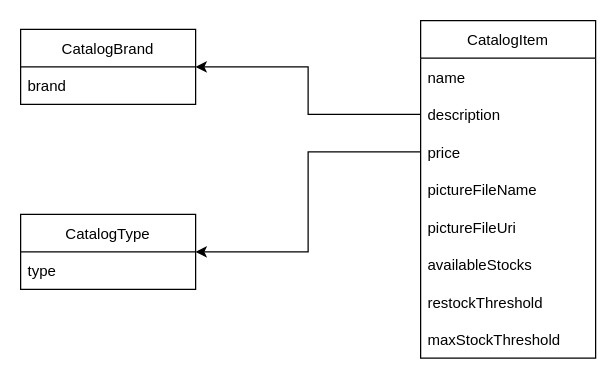
Earlier version of the draw.io diagram page "Page-4" (3 of 3) of ModernECom.drawio (akumaramar/ModernECommerce). Source tidied: cells renumbered, new cells numbered last; positions are measured from the earlier drawing's top-left corner, leaving out a move shared by most shapes. Both pictures are drawn from the tidied source at 125%, with x=0, y=0 at pixel (20, 20).
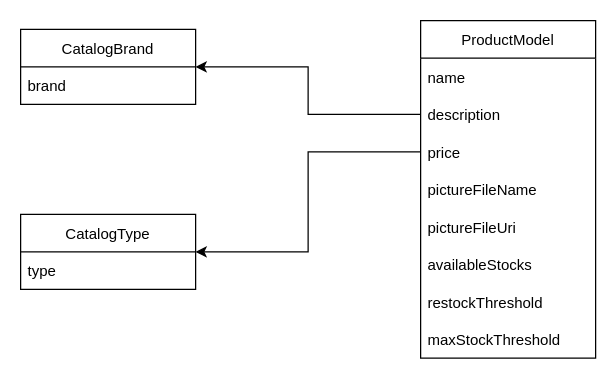
The same page after the edit.

The edit, as a diff of the source:
```diff
@@
 <mxGraphModel>
   <root>
     <mxCell id="0" />
     <mxCell id="1" parent="0" />
-    <mxCell id="2" value="CatalogItem" style="swimlane;fontStyle=0;horizontal=1;startSize=30;" parent="1" vertex="1">
+    <mxCell id="2" value="ProductModel" style="swimlane;fontStyle=0;horizontal=1;startSize=30;" parent="1" vertex="1">
       <mxGeometry x="320" width="140" height="270" as="geometry" />
     </mxCell>
     <mxCell id="3" value="name" style="text;strokeColor=none;fillColor=none;align=left;verticalAlign=middle;spacingLeft=4;spacingRight=4;overflow=hidden;" parent="2" vertex="1">
       <mxGeometry y="30" width="140" height="30" as="geometry" />
     </mxCell>
     <mxCell id="4" value="description" style="text;strokeColor=none;fillColor=none;align=left;verticalAlign=middle;spacingLeft=4;spacingRight=4;overflow=hidden;points=[[0,0.5],[1,0.5]];portConstraint=eastwest;" parent="2" vertex="1">
       <mxGeometry y="60" width="140" height="30" as="geometry" />
     </mxCell>
     <mxCell id="5" value="price" style="text;strokeColor=none;fillColor=none;align=left;verticalAlign=middle;spacingLeft=4;spacingRight=4;overflow=hidden;points=[[0,0.5],[1,0.5]];portConstraint=eastwest;" parent="2" vertex="1">
       <mxGeometry y="90" width="140" height="30" as="geometry" />
     </mxCell>
     <mxCell id="6" value="pictureFileName" style="text;strokeColor=none;fillColor=none;align=left;verticalAlign=middle;spacingLeft=4;spacingRight=4;overflow=hidden;" parent="2" vertex="1">
       <mxGeometry y="120" width="140" height="30" as="geometry" />
     </mxCell>
     <mxCell id="7" value="pictureFileUri" style="text;strokeColor=none;fillColor=none;align=left;verticalAlign=middle;spacingLeft=4;spacingRight=4;overflow=hidden;" parent="2" vertex="1">
       <mxGeometry y="150" width="140" height="30" as="geometry" />
     </mxCell>
     <mxCell id="8" value="availableStocks" style="text;strokeColor=none;fillColor=none;align=left;verticalAlign=middle;spacingLeft=4;spacingRight=4;overflow=hidden;" parent="2" vertex="1">
       <mxGeometry y="180" width="140" height="30" as="geometry" />
     </mxCell>
     <mxCell id="9" value="restockThreshold" style="text;strokeColor=none;fillColor=none;align=left;verticalAlign=middle;spacingLeft=4;spacingRight=4;overflow=hidden;" parent="2" vertex="1">
       <mxGeometry y="210" width="140" height="30" as="geometry" />
     </mxCell>
     <mxCell id="10" value="maxStockThreshold" style="text;strokeColor=none;fillColor=none;align=left;verticalAlign=middle;spacingLeft=4;spacingRight=4;overflow=hidden;" parent="2" vertex="1">
       <mxGeometry y="240" width="140" height="30" as="geometry" />
     </mxCell>
     <mxCell id="11" value="CatalogType" style="swimlane;fontStyle=0;horizontal=1;startSize=30;" parent="1" vertex="1">
       <mxGeometry y="155" width="140" height="60" as="geometry" />
     </mxCell>
     <mxCell id="12" value="type" style="text;strokeColor=none;fillColor=none;align=left;verticalAlign=middle;spacingLeft=4;spacingRight=4;overflow=hidden;" parent="11" vertex="1">
       <mxGeometry y="30" width="140" height="30" as="geometry" />
     </mxCell>
     <mxCell id="13" value="CatalogBrand" style="swimlane;fontStyle=0;horizontal=1;startSize=30;" parent="1" vertex="1">
       <mxGeometry y="7" width="140" height="60" as="geometry" />
     </mxCell>
     <mxCell id="14" value="brand" style="text;strokeColor=none;fillColor=none;align=left;verticalAlign=middle;spacingLeft=4;spacingRight=4;overflow=hidden;" parent="13" vertex="1">
       <mxGeometry y="30" width="140" height="30" as="geometry" />
     </mxCell>
     <mxCell id="15" style="edgeStyle=orthogonalEdgeStyle;rounded=0;jettySize=auto;html=1;entryX=1;entryY=0.5;entryDx=0;entryDy=0;" parent="1" edge="1" source="5" target="11">
       <mxGeometry relative="1" as="geometry" />
     </mxCell>
     <mxCell id="16" style="edgeStyle=orthogonalEdgeStyle;rounded=0;jettySize=auto;html=1;entryX=1;entryY=0.5;entryDx=0;entryDy=0;" parent="1" edge="1" source="4" target="13">
       <mxGeometry relative="1" as="geometry" />
     </mxCell>
   </root>
 </mxGraphModel>
```
